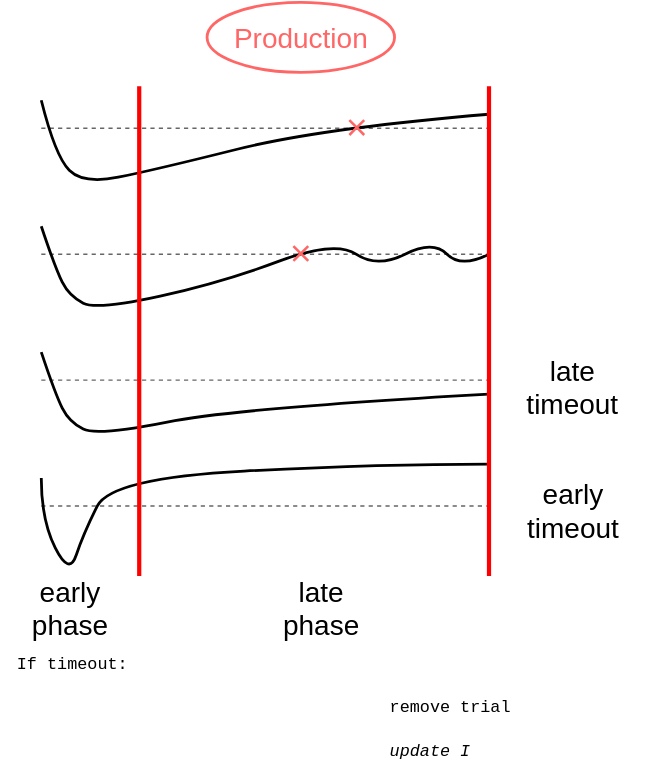
Before: notes/defProduction.drawio.svg, a diagram exported from draw.io (KatharinaBracher/neural-circuit-model). Source tidied: cells renumbered, new cells last; positions are measured from the earlier drawing's top-left corner, leaving out a move shared by most shapes.
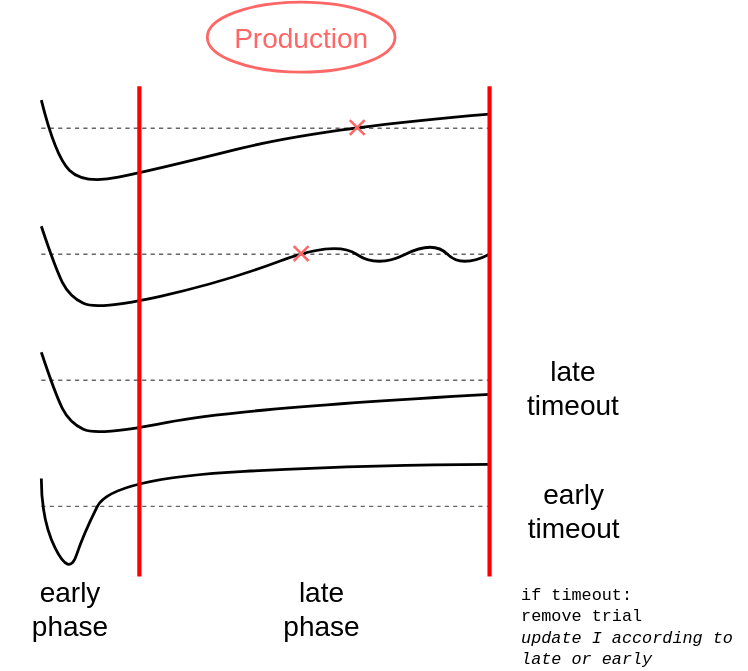
Later version of the same file.

The edit, as a diff of the source:
```diff
@@ -107,8 +107,8 @@
         <mxPoint x="349" y="60" as="targetPoint" />
       </mxGeometry>
     </mxCell>
-    <mxCell id="16" value="&lt;font color=&quot;#000000&quot; face=&quot;Courier New&quot;&gt;If timeout: &lt;br&gt;&lt;span style=&quot;white-space: pre&quot;&gt;&#9;&lt;/span&gt;remove trial&lt;br&gt;&lt;span style=&quot;white-space: pre&quot;&gt;&#9;&lt;/span&gt;&lt;i&gt;update I according to late or early&lt;/i&gt;&lt;br&gt;&lt;/font&gt;" style="text;html=1;strokeColor=none;fillColor=none;align=left;verticalAlign=middle;whiteSpace=wrap;rounded=0;" parent="1" vertex="1">
-      <mxGeometry x="10" y="480" width="360" height="63" as="geometry" />
+    <mxCell id="16" value="&lt;font color=&quot;#000000&quot; face=&quot;Courier New&quot;&gt;if timeout: &lt;br&gt;remove trial&lt;br&gt;&lt;i&gt;update I according to late or early&lt;/i&gt;&lt;br&gt;&lt;/font&gt;" style="text;html=1;strokeColor=none;fillColor=none;align=left;verticalAlign=middle;whiteSpace=wrap;rounded=0;" parent="1" vertex="1">
+      <mxGeometry x="370" y="414" width="162.5" height="63" as="geometry" />
     </mxCell>
     <mxCell id="17" value="early phase" style="text;html=1;strokeColor=none;fillColor=none;align=center;verticalAlign=middle;whiteSpace=wrap;rounded=0;fontFamily=Helvetica;fontSize=20;fontColor=#000000;" parent="1" vertex="1">
       <mxGeometry y="414" width="100" height="37" as="geometry" />
```
